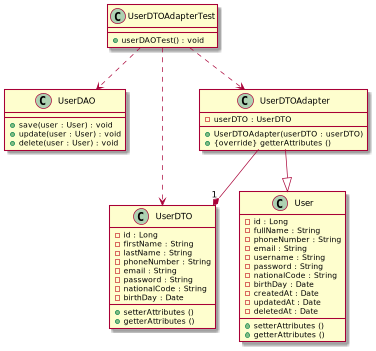
This is src/main/java/com/rezahdrm/structural/adapter/adapterUML.png from reza-hdrm/DesignPatterns, a PlantUML export, as it was before one commit.
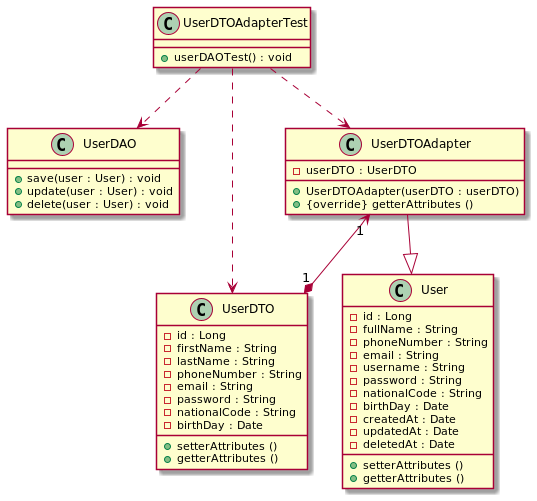
The same file after the commit.

Change to the diagram source:
```diff
@@ -48,7 +48,7 @@
 }
 
 UserDTOAdapter --|> User
-UserDTOAdapter --* "1" UserDTO
+UserDTOAdapter "1"<--*"1" UserDTO
 UserDTOAdapterTest ..> UserDAO
 UserDTOAdapterTest ..> UserDTOAdapter
 UserDTOAdapterTest ..> UserDTO
```
